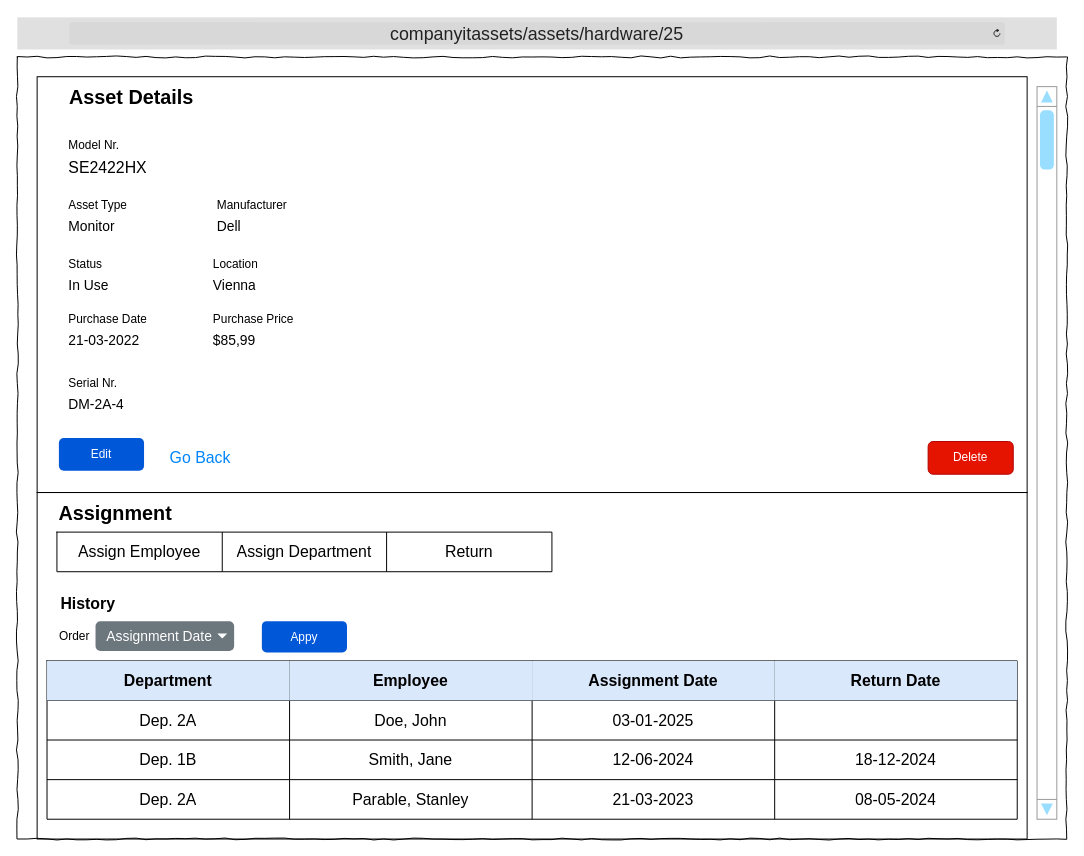
Earlier version of the draw.io diagram Wireframes/ITAT_HWAssets_Details.drawio (TRed91/ITAssetTracking). Source tidied: cells renumbered, new cells numbered last; positions are measured from the earlier drawing's top-left corner, leaving out a move shared by most shapes. Both pictures are drawn from the tidied source at 99%, with x=0, y=0 at pixel (17, 17).
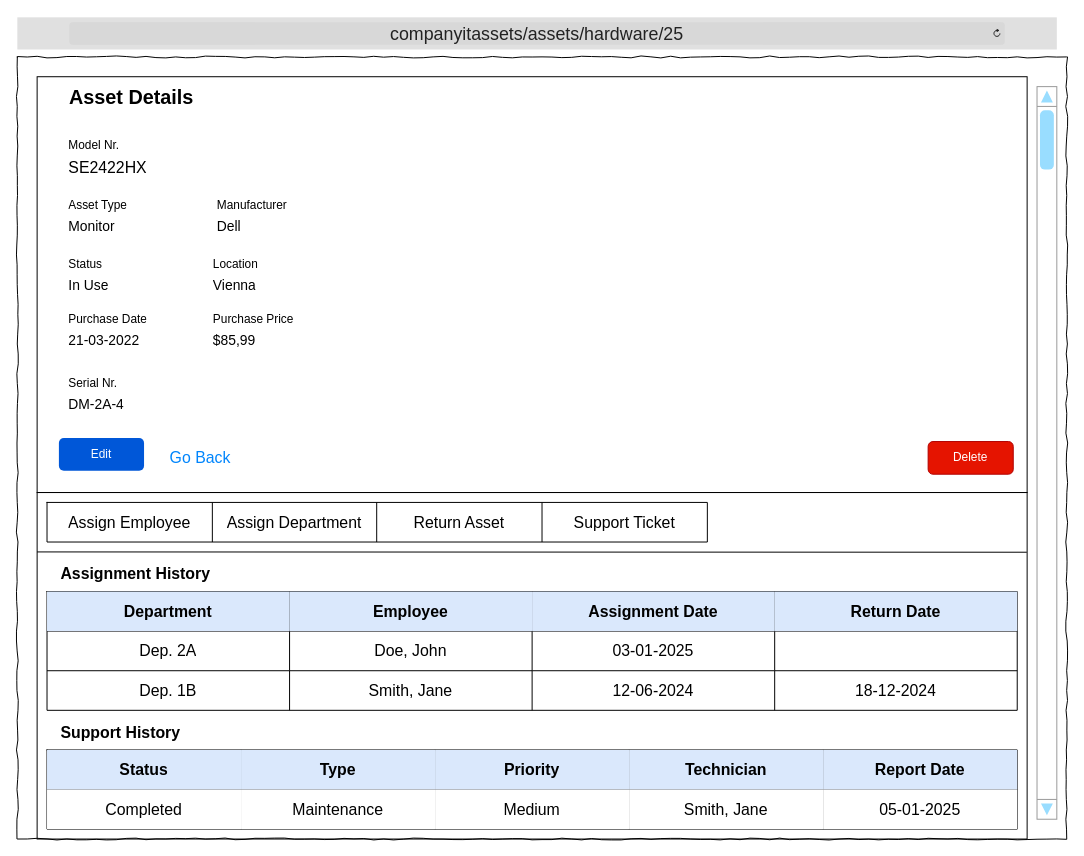
The same page after the edit.

The edit, as a diff of the source:
```diff
@@
-    <mxCell id="26" value="&lt;font style=&quot;font-size: 20px;&quot;&gt;Assignment&lt;/font&gt;" style="text;strokeColor=none;fillColor=none;html=1;fontSize=24;fontStyle=1;verticalAlign=middle;align=left;" parent="1" vertex="1">
-      <mxGeometry x="40" y="480" width="170" height="40" as="geometry" />
-    </mxCell>
-    <mxCell id="27" value="&lt;font style=&quot;font-size: 16px;&quot;&gt;History&lt;/font&gt;" style="text;strokeColor=none;fillColor=none;html=1;fontSize=24;fontStyle=1;verticalAlign=middle;align=left;" parent="1" vertex="1">
-      <mxGeometry x="42" y="570" width="170" height="40" as="geometry" />
+    <mxCell id="27" value="&lt;font style=&quot;font-size: 16px;&quot;&gt;Assignment History&lt;/font&gt;" style="text;strokeColor=none;fillColor=none;html=1;fontSize=24;fontStyle=1;verticalAlign=middle;align=left;" parent="1" vertex="1">
+      <mxGeometry x="42" y="540" width="170" height="40" as="geometry" />
     </mxCell>
     <mxCell id="28" style="shape=table;startSize=0;childLayout=tableLayout;fontSize=16;" parent="1" vertex="1">
-      <mxGeometry x="30" y="650" width="980" height="160" as="geometry" />
+      <mxGeometry x="30" y="580" width="980" height="120" as="geometry" />
     </mxCell>
@@
-    <mxCell id="44" style="shape=tableRow;horizontal=0;startSize=0;swimlaneHead=0;swimlaneBody=0;strokeColor=inherit;top=0;left=0;bottom=0;right=0;fillColor=none;fontSize=16;" parent="28" vertex="1">
-      <mxGeometry y="120" width="980" height="40" as="geometry" />
-    </mxCell>
-    <mxCell id="45" value="Dep. 2A" style="shape=partialRectangle;html=1;whiteSpace=wrap;strokeColor=inherit;overflow=hidden;fillColor=none;top=0;left=0;bottom=0;right=0;fontSize=16;" parent="44" vertex="1">
-      <mxGeometry width="245" height="40" as="geometry" />
-    </mxCell>
-    <mxCell id="46" value="Parable, Stanley" style="shape=partialRectangle;html=1;whiteSpace=wrap;strokeColor=inherit;overflow=hidden;fillColor=none;top=0;left=0;bottom=0;right=0;fontSize=16;" parent="44" vertex="1">
-      <mxGeometry x="245" width="245" height="40" as="geometry" />
-    </mxCell>
-    <mxCell id="47" value="21-03-2023" style="shape=partialRectangle;html=1;whiteSpace=wrap;strokeColor=inherit;overflow=hidden;fillColor=none;top=0;left=0;bottom=0;right=0;fontSize=16;" parent="44" vertex="1">
-      <mxGeometry x="490" width="245" height="40" as="geometry" />
-    </mxCell>
-    <mxCell id="48" value="08-05-2024" style="shape=partialRectangle;html=1;whiteSpace=wrap;strokeColor=inherit;overflow=hidden;fillColor=none;top=0;left=0;bottom=0;right=0;fontSize=16;" parent="44" vertex="1">
-      <mxGeometry x="735" width="245" height="40" as="geometry" />
-    </mxCell>
     <mxCell id="49" style="shape=table;startSize=0;childLayout=tableLayout;fontSize=16;" parent="1" vertex="1">
-      <mxGeometry x="40" y="520" width="500" height="40" as="geometry" />
+      <mxGeometry x="30" y="490" width="667" height="40" as="geometry" />
     </mxCell>
     <mxCell id="50" style="shape=tableRow;horizontal=0;startSize=0;swimlaneHead=0;swimlaneBody=0;strokeColor=inherit;top=0;left=0;bottom=0;right=0;fillColor=none;fontSize=16;" parent="49" vertex="1">
-      <mxGeometry width="500" height="40" as="geometry" />
+      <mxGeometry width="667" height="40" as="geometry" />
     </mxCell>
@@
-    <mxCell id="53" value="&lt;font style=&quot;color: light-dark(rgb(0, 0, 0), rgb(51, 153, 255));&quot;&gt;Return&lt;/font&gt;" style="shape=partialRectangle;html=1;whiteSpace=wrap;strokeColor=inherit;overflow=hidden;fillColor=none;top=0;left=0;bottom=0;right=0;fontSize=16;" parent="50" vertex="1">
+    <mxCell id="53" value="&lt;font style=&quot;color: light-dark(rgb(0, 0, 0), rgb(51, 153, 255));&quot;&gt;Return Asset&lt;/font&gt;" style="shape=partialRectangle;html=1;whiteSpace=wrap;strokeColor=inherit;overflow=hidden;fillColor=none;top=0;left=0;bottom=0;right=0;fontSize=16;" parent="50" vertex="1">
       <mxGeometry x="333" width="167" height="40" as="geometry" />
     </mxCell>
-    <mxCell id="54" value="Assignment Date" style="html=1;shadow=0;dashed=0;shape=mxgraph.bootstrap.rrect;rSize=5;strokeColor=none;strokeWidth=1;fillColor=#6C767D;fontColor=#ffffff;whiteSpace=wrap;align=right;verticalAlign=middle;fontStyle=0;fontSize=14;spacingRight=20;" parent="1" vertex="1">
-      <mxGeometry x="79" y="610" width="140" height="30" as="geometry" />
-    </mxCell>
-    <mxCell id="55" style="shape=triangle;direction=south;fillColor=#ffffff;strokeColor=none;perimeter=none;" parent="54" vertex="1">
-      <mxGeometry x="1" y="0.5" width="10" height="5" relative="1" as="geometry">
-        <mxPoint x="-17" y="-2.5" as="offset" />
-      </mxGeometry>
-    </mxCell>
-    <mxCell id="56" value="Order" style="text;html=1;align=center;verticalAlign=middle;whiteSpace=wrap;rounded=0;" parent="1" vertex="1">
-      <mxGeometry x="37" y="610" width="42" height="30" as="geometry" />
-    </mxCell>
-    <mxCell id="57" value="Appy" style="rounded=1;fillColor=#0057D8;strokeColor=none;html=1;whiteSpace=wrap;fontColor=#ffffff;align=center;verticalAlign=middle;fontStyle=0;fontSize=12;sketch=0;" parent="1" vertex="1">
-      <mxGeometry x="247" y="610" width="86" height="31.5" as="geometry" />
-    </mxCell>
+    <mxCell id="59" value="&lt;font style=&quot;color: light-dark(rgb(0, 0, 0), rgb(51, 153, 255));&quot;&gt;Support Ticket&lt;/font&gt;" style="shape=partialRectangle;html=1;whiteSpace=wrap;strokeColor=inherit;overflow=hidden;fillColor=none;top=0;left=0;bottom=0;right=0;fontSize=16;" parent="50" vertex="1">
+      <mxGeometry x="500" width="167" height="40" as="geometry" />
+    </mxCell>
@@
+    <mxCell id="60" style="endArrow=none;html=1;rounded=0;entryX=0.962;entryY=0.646;entryDx=0;entryDy=0;entryPerimeter=0;" parent="1" edge="1">
+      <mxGeometry relative="1" as="geometry">
+        <mxPoint x="20" y="540" as="sourcePoint" />
+        <mxPoint x="1019.7" y="540.3" as="targetPoint" />
+      </mxGeometry>
+    </mxCell>
+    <mxCell id="61" value="&lt;font style=&quot;font-size: 16px;&quot;&gt;Support History&lt;/font&gt;" style="text;strokeColor=none;fillColor=none;html=1;fontSize=24;fontStyle=1;verticalAlign=middle;align=left;" parent="1" vertex="1">
+      <mxGeometry x="42" y="700" width="170" height="40" as="geometry" />
+    </mxCell>
+    <mxCell id="62" style="shape=table;startSize=0;childLayout=tableLayout;fontSize=16;" parent="1" vertex="1">
+      <mxGeometry x="30" y="740" width="980" height="80" as="geometry" />
+    </mxCell>
+    <mxCell id="63" style="shape=tableRow;horizontal=0;startSize=0;swimlaneHead=0;swimlaneBody=0;strokeColor=inherit;top=0;left=0;bottom=0;right=0;fillColor=none;fontSize=16;" parent="62" vertex="1">
+      <mxGeometry width="980" height="40" as="geometry" />
+    </mxCell>
+    <mxCell id="64" value="&lt;b&gt;Status&lt;/b&gt;" style="shape=partialRectangle;html=1;whiteSpace=wrap;strokeColor=#6c8ebf;overflow=hidden;fillColor=#dae8fc;top=0;left=0;bottom=0;right=0;fontSize=16;" parent="63" vertex="1">
+      <mxGeometry width="196" height="40" as="geometry" />
+    </mxCell>
+    <mxCell id="65" value="&lt;b&gt;Type&lt;/b&gt;" style="shape=partialRectangle;html=1;whiteSpace=wrap;strokeColor=#6c8ebf;overflow=hidden;fillColor=#dae8fc;top=0;left=0;bottom=0;right=0;fontSize=16;" parent="63" vertex="1">
+      <mxGeometry x="196" width="196" height="40" as="geometry" />
+    </mxCell>
+    <mxCell id="66" value="&lt;b&gt;Priority&lt;/b&gt;" style="shape=partialRectangle;html=1;whiteSpace=wrap;strokeColor=#6c8ebf;overflow=hidden;fillColor=#dae8fc;top=0;left=0;bottom=0;right=0;fontSize=16;" parent="63" vertex="1">
+      <mxGeometry x="392" width="196" height="40" as="geometry" />
+    </mxCell>
+    <mxCell id="67" value="&lt;b&gt;Technician&lt;/b&gt;" style="shape=partialRectangle;html=1;whiteSpace=wrap;strokeColor=#6c8ebf;overflow=hidden;fillColor=#dae8fc;top=0;left=0;bottom=0;right=0;fontSize=16;" parent="63" vertex="1">
+      <mxGeometry x="588" width="196" height="40" as="geometry" />
+    </mxCell>
+    <mxCell id="68" value="&lt;b&gt;Report Date&lt;/b&gt;" style="shape=partialRectangle;html=1;whiteSpace=wrap;strokeColor=#6c8ebf;overflow=hidden;fillColor=#dae8fc;top=0;left=0;bottom=0;right=0;fontSize=16;" parent="63" vertex="1">
+      <mxGeometry x="784" width="196" height="40" as="geometry" />
+    </mxCell>
+    <mxCell id="69" style="shape=tableRow;horizontal=0;startSize=0;swimlaneHead=0;swimlaneBody=0;strokeColor=inherit;top=0;left=0;bottom=0;right=0;fillColor=none;fontSize=16;" parent="62" vertex="1">
+      <mxGeometry y="40" width="980" height="40" as="geometry" />
+    </mxCell>
+    <mxCell id="70" value="Completed" style="shape=partialRectangle;html=1;whiteSpace=wrap;overflow=hidden;top=0;left=0;bottom=0;right=0;fontSize=16;" parent="69" vertex="1">
+      <mxGeometry width="196" height="40" as="geometry" />
+    </mxCell>
+    <mxCell id="71" value="Maintenance" style="shape=partialRectangle;html=1;whiteSpace=wrap;overflow=hidden;top=0;left=0;bottom=0;right=0;fontSize=16;" parent="69" vertex="1">
+      <mxGeometry x="196" width="196" height="40" as="geometry" />
+    </mxCell>
+    <mxCell id="72" value="Medium" style="shape=partialRectangle;html=1;whiteSpace=wrap;overflow=hidden;top=0;left=0;bottom=0;right=0;fontSize=16;" parent="69" vertex="1">
+      <mxGeometry x="392" width="196" height="40" as="geometry" />
+    </mxCell>
+    <mxCell id="73" value="Smith, Jane" style="shape=partialRectangle;html=1;whiteSpace=wrap;overflow=hidden;top=0;left=0;bottom=0;right=0;fontSize=16;" parent="69" vertex="1">
+      <mxGeometry x="588" width="196" height="40" as="geometry" />
+    </mxCell>
+    <mxCell id="74" value="05-01-2025" style="shape=partialRectangle;html=1;whiteSpace=wrap;overflow=hidden;top=0;left=0;bottom=0;right=0;fontSize=16;" parent="69" vertex="1">
+      <mxGeometry x="784" width="196" height="40" as="geometry" />
+    </mxCell>
```
